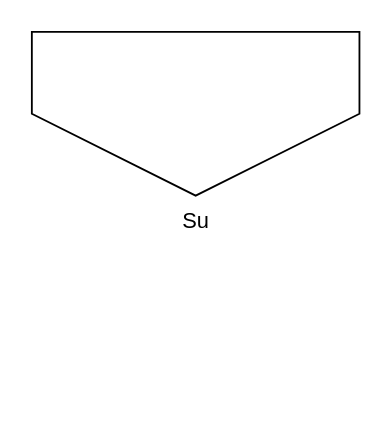
Earlier version of the draw.io diagram ALM Platform.drawio (gschopping/HelloWorld). Source tidied: cells renumbered, new cells numbered last; positions are measured from the earlier drawing's top-left corner, leaving out a move shared by most shapes. Both pictures are drawn from the tidied source at 182%, with x=0, y=0 at pixel (31, 31).
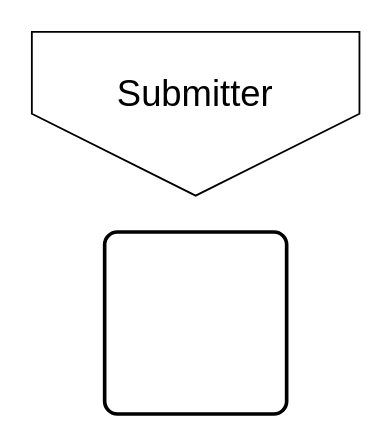
The same diagram, later.

Diff of the diagram source:
```diff
@@
 <mxGraphModel>
   <root>
     <mxCell id="0" />
     <mxCell id="1" parent="0" />
-    <mxCell id="2" value="Su" style="verticalLabelPosition=bottom;verticalAlign=top;html=1;shape=offPageConnector;rounded=0;size=0.5;" parent="1" vertex="1">
+    <mxCell id="2" style="verticalLabelPosition=bottom;verticalAlign=top;html=1;shape=offPageConnector;rounded=0;size=0.5;" parent="1" vertex="1">
       <mxGeometry width="180" height="90" as="geometry" />
     </mxCell>
+    <mxCell id="3" value="&lt;div&gt;Submitter&lt;/div&gt;&lt;div&gt;&lt;br&gt;&lt;/div&gt;" style="text;html=1;align=center;verticalAlign=middle;whiteSpace=wrap;rounded=0;fontSize=20;" parent="1" vertex="1">
+      <mxGeometry x="60" y="30" width="60" height="30" as="geometry" />
+    </mxCell>
+    <mxCell id="4" style="rounded=1;whiteSpace=wrap;html=1;absoluteArcSize=1;arcSize=14;strokeWidth=2;" parent="1" vertex="1">
+      <mxGeometry x="40" y="110" width="100" height="100" as="geometry" />
+    </mxCell>
   </root>
 </mxGraphModel>
```
